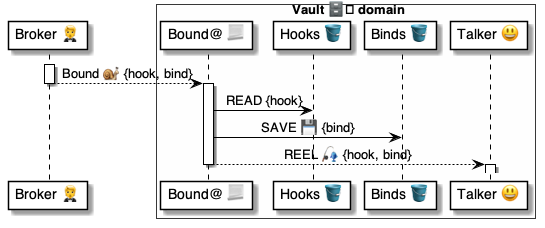
The PlantUML diagram 4 ⚙️ Solution/41 🎭 Domain Roles/Vaults 🗄️/🗄️🅰️ Vault methods/Bound 🤵🐌🗄️/🗄️ Bound ⚙️ uml.png in pollyweb-org/pollyweb-docs, before a commit. Its source is kept beside it as 4 ⚙️ Solution/41 🎭 Domain Roles/Vaults 🗄️/🗄️🅰️ Vault methods/Bound 🤵🐌🗄️/🗄️ Bound ⚙️ uml.puml.
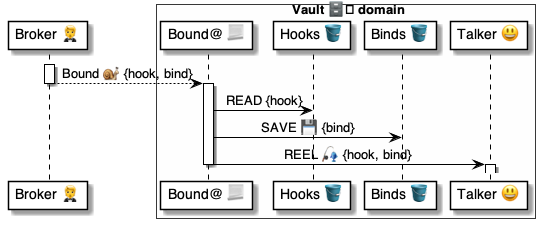
The same diagram one commit later.

Diff of the diagram source:
```diff
@@ -17,7 +17,7 @@
 activate vault
     vault -> hooks: READ {hook}
     vault -> binds: SAVE 💾 {bind}
-    vault --> talker: REEL 🎣 {hook, bind}
+    vault -> talker: REEL 🎣 {hook, bind}
 deactivate vault
 
 activate talker
```
